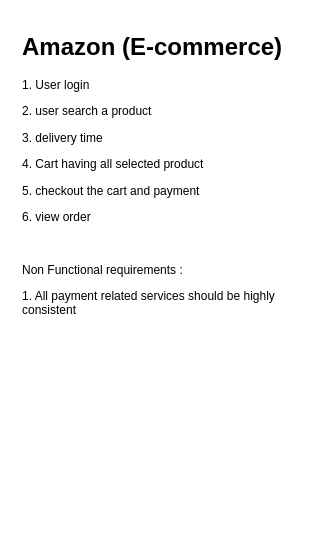
The draw.io diagram leetcodeproblem/Untitled Diagram.drawio in nil186007/datastructure-algorithm, before the edit. Source tidied: cells renumbered, new cells numbered last; positions are measured from the earlier drawing's top-left corner, leaving out a move shared by most shapes. Both pictures are drawn from the tidied source at 100%, with x=0, y=0 at pixel (17, 27).
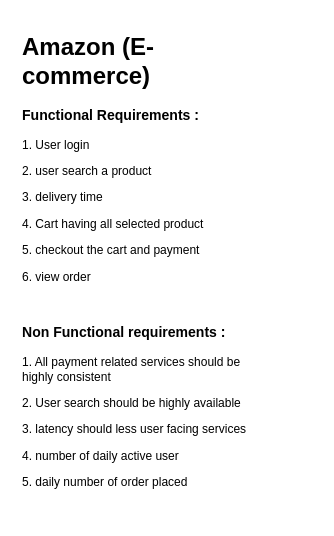
After the change.

The edit, as a diff of the source:
```diff
@@
 <mxGraphModel>
   <root>
     <mxCell id="0" />
     <mxCell id="1" parent="0" />
-    <mxCell id="2" value="&lt;h1&gt;Amazon (E-commerce)&lt;/h1&gt;&lt;p&gt;1. User login&lt;/p&gt;&lt;p&gt;2. user search a product&lt;/p&gt;&lt;p&gt;3. delivery time&lt;/p&gt;&lt;p&gt;4. Cart having all selected product&lt;/p&gt;&lt;p&gt;5. checkout the cart and payment&lt;/p&gt;&lt;p&gt;6. view order&lt;/p&gt;&lt;p&gt;&lt;br&gt;&lt;/p&gt;&lt;p&gt;Non Functional requirements :&lt;/p&gt;&lt;p&gt;1. All payment related services should be highly consistent&lt;/p&gt;" style="text;html=1;strokeColor=none;fillColor=none;spacing=5;spacingTop=-20;whiteSpace=wrap;overflow=hidden;rounded=0;" parent="1" vertex="1">
-      <mxGeometry width="300" height="362" as="geometry" />
+    <mxCell id="2" value="&lt;h1&gt;Amazon (E-commerce)&lt;/h1&gt;&lt;h3&gt;Functional Requirements :&amp;nbsp;&lt;/h3&gt;&lt;p&gt;1. User login&lt;/p&gt;&lt;p&gt;2. user search a product&lt;/p&gt;&lt;p&gt;3. delivery time&lt;/p&gt;&lt;p&gt;4. Cart having all selected product&lt;/p&gt;&lt;p&gt;5. checkout the cart and payment&lt;/p&gt;&lt;p&gt;6. view order&lt;/p&gt;&lt;p&gt;&lt;br&gt;&lt;/p&gt;&lt;h3&gt;Non Functional requirements :&lt;/h3&gt;&lt;p&gt;1. All payment related services should be highly consistent&lt;/p&gt;&lt;p&gt;2. User search should be highly available&lt;/p&gt;&lt;p&gt;3. latency should less user facing services&lt;/p&gt;&lt;p&gt;4. number of daily active user&lt;/p&gt;&lt;p&gt;5. daily number of order placed&amp;nbsp;&lt;/p&gt;" style="text;html=1;strokeColor=none;fillColor=none;spacing=5;spacingTop=-20;whiteSpace=wrap;overflow=hidden;rounded=0;" parent="1" vertex="1">
+      <mxGeometry width="260" height="492" as="geometry" />
     </mxCell>
   </root>
 </mxGraphModel>
```
